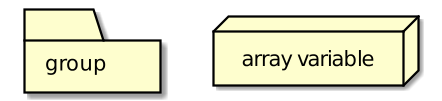
The PlantUML diagram hdf5-intro/img/hdf5-primitives.png in gheber/literate-hdf5, before a commit. The source it was exported from:
```plantuml
@startuml
scale 1.5
folder " group "
node " array variable "
@enduml
```
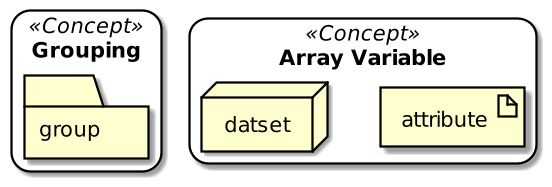
After the commit.

What changed in the source:
```diff
@@ -1,5 +1,15 @@
 @startuml
 scale 1.5
-folder " group "
-node " array variable "
+skinparam rectangle {
+    roundCorner<<Concept>> 25
+}
+
+rectangle "Grouping" <<Concept>> {
+  folder "group"
+}
+
+rectangle "Array Variable" <<Concept>> {
+  artifact " attribute "
+  node "datset"
+}
 @enduml
```
